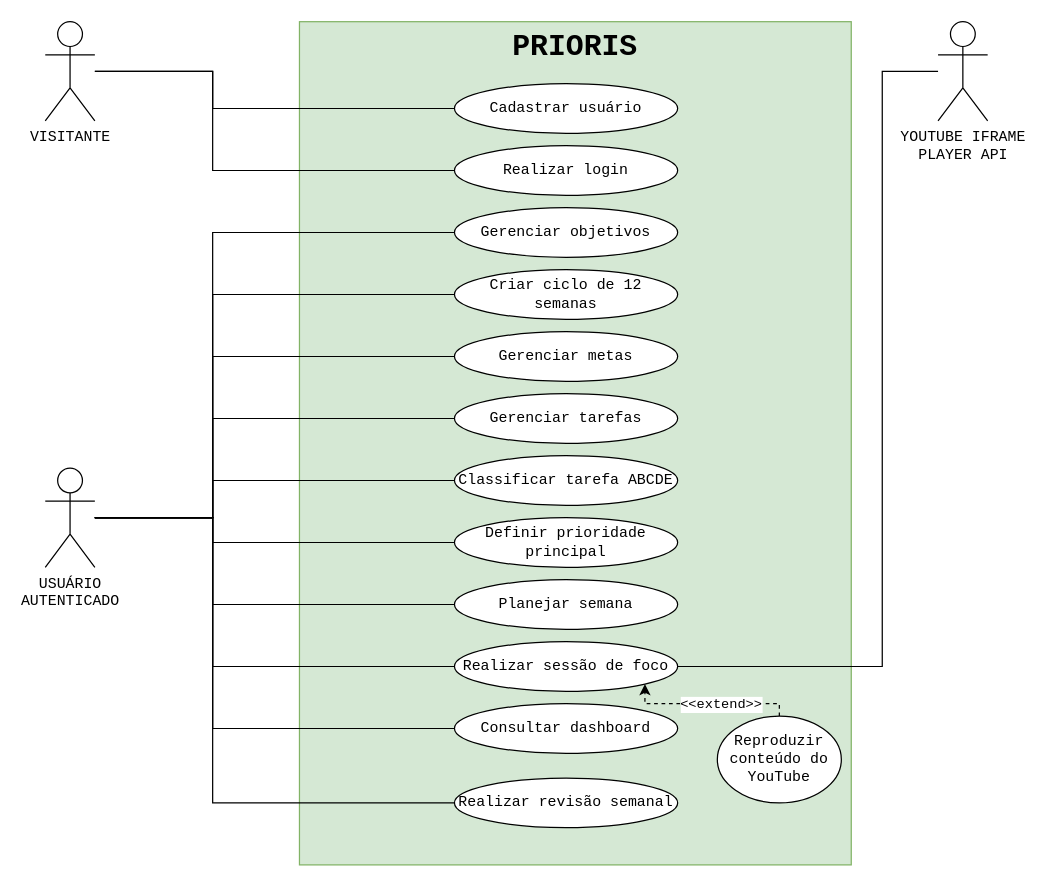
Before: docs/diagrama-casos-de-uso-prioris.drawio in evandronobregaads/prioris, a draw.io diagram. Source tidied: cells renumbered, new cells numbered last; positions are measured from the earlier drawing's top-left corner, leaving out a move shared by most shapes. Both pictures are drawn from the tidied source at 124%, with x=0, y=0 at pixel (45, 21).
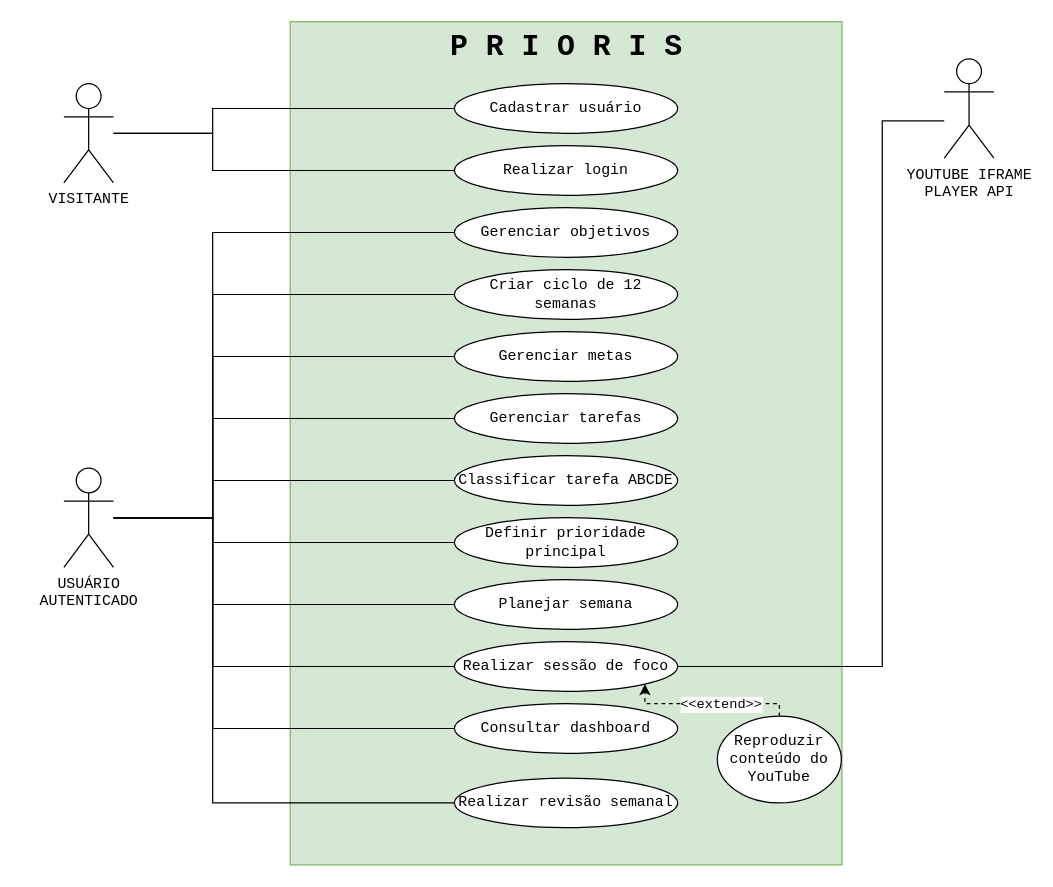
Above is the later version.

The change refers to these unchanged cells:
```xml
<mxCell id="19" value="Cadastrar usuário" style="ellipse;whiteSpace=wrap;html=1;fontFamily=Courier New;" parent="1" vertex="1">
  <mxGeometry x="330" y="50" width="180" height="40" as="geometry" />
</mxCell>
<mxCell id="20" value="Realizar login" style="ellipse;whiteSpace=wrap;html=1;fontFamily=Courier New;" parent="1" vertex="1">
  <mxGeometry x="330" y="100" width="180" height="40" as="geometry" />
</mxCell>
<mxCell id="28" value="Realizar sessão de foco" style="ellipse;whiteSpace=wrap;html=1;fontFamily=Courier New;" parent="1" vertex="1">
  <mxGeometry x="330" y="500" width="180" height="40" as="geometry" />
</mxCell>
```

What changed in the source:
```diff
@@
-    <mxCell id="2" value="&lt;font style=&quot;font-size: 24px;&quot; face=&quot;Courier New&quot;&gt;&lt;b&gt;PRIORIS&lt;/b&gt;&lt;/font&gt;" style="rounded=0;whiteSpace=wrap;html=1;fillColor=#d5e8d4;strokeColor=#82b366;verticalAlign=top;" parent="1" vertex="1">
-      <mxGeometry x="205" width="445" height="680" as="geometry" />
+    <mxCell id="2" value="&lt;font style=&quot;font-size: 24px;&quot; face=&quot;Courier New&quot;&gt;&lt;b&gt;P R I O R I S&lt;/b&gt;&lt;/font&gt;" style="rounded=0;whiteSpace=wrap;html=1;fillColor=#d5e8d4;strokeColor=#82b366;verticalAlign=top;" parent="1" vertex="1">
+      <mxGeometry x="197.5" width="445" height="680" as="geometry" />
     </mxCell>
     <mxCell id="3" style="edgeStyle=orthogonalEdgeStyle;rounded=0;jettySize=auto;html=1;entryX=0;entryY=0.5;entryDx=0;entryDy=0;endArrow=none;endFill=0;" parent="1" edge="1" source="5" target="19">
       <mxGeometry relative="1" as="geometry">
         <Array as="points">
-          <mxPoint x="135" y="40" />
+          <mxPoint x="135" y="90" />
           <mxPoint x="135" y="70" />
         </Array>
       </mxGeometry>
     </mxCell>
     <mxCell id="4" style="edgeStyle=orthogonalEdgeStyle;rounded=0;jettySize=auto;html=1;entryX=0;entryY=0.5;entryDx=0;entryDy=0;endArrow=none;endFill=0;" parent="1" edge="1" source="5" target="20">
       <mxGeometry relative="1" as="geometry">
         <Array as="points">
-          <mxPoint x="135" y="40" />
+          <mxPoint x="135" y="90" />
           <mxPoint x="135" y="120" />
         </Array>
       </mxGeometry>
     </mxCell>
     <mxCell id="5" value="VISITANTE" style="shape=umlActor;verticalLabelPosition=bottom;verticalAlign=top;html=1;outlineConnect=0;fontFamily=Courier New;" parent="1" vertex="1">
-      <mxGeometry width="40" height="80" as="geometry" />
+      <mxGeometry x="15" y="50" width="40" height="80" as="geometry" />
     </mxCell>
@@
     <mxCell id="16" value="USUÁRIO&lt;div&gt;AUTENTICADO&lt;/div&gt;" style="shape=umlActor;verticalLabelPosition=bottom;verticalAlign=top;html=1;outlineConnect=0;fontFamily=Courier New;" parent="1" vertex="1">
-      <mxGeometry y="360" width="40" height="80" as="geometry" />
+      <mxGeometry x="15" y="360" width="40" height="80" as="geometry" />
     </mxCell>
     <mxCell id="17" style="edgeStyle=orthogonalEdgeStyle;rounded=0;jettySize=auto;html=1;entryX=1;entryY=0.5;entryDx=0;entryDy=0;endArrow=none;endFill=0;" parent="1" edge="1" source="18" target="28">
       <mxGeometry relative="1" as="geometry">
         <Array as="points">
-          <mxPoint x="675" y="40" />
+          <mxPoint x="675" y="80" />
           <mxPoint x="675" y="520" />
         </Array>
       </mxGeometry>
     </mxCell>
     <mxCell id="18" value="YOUTUBE IFRAME&lt;div&gt;PLAYER API&lt;/div&gt;" style="shape=umlActor;verticalLabelPosition=bottom;verticalAlign=top;html=1;outlineConnect=0;fontFamily=Courier New;" parent="1" vertex="1">
-      <mxGeometry x="720" width="40" height="80" as="geometry" />
+      <mxGeometry x="725" y="30" width="40" height="80" as="geometry" />
     </mxCell>
```
